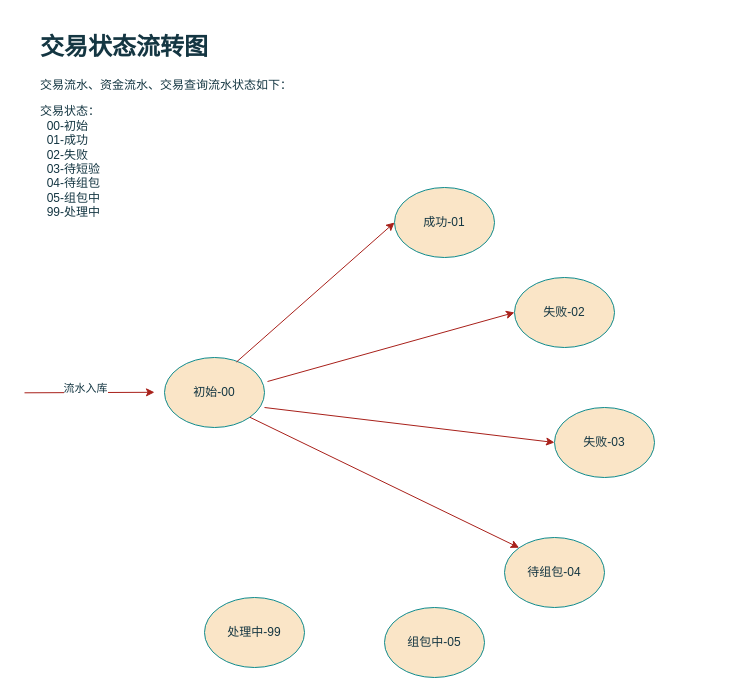
Before: page "状态流转图" (5 of 5) of 批扣流程.drawio in gaofv/draw, a draw.io diagram. Source tidied: cells renumbered, new cells numbered last; positions are measured from the earlier drawing's top-left corner, leaving out a move shared by most shapes. Both pictures are drawn from the tidied source at 100%, with x=0, y=0 at pixel (24, 27).
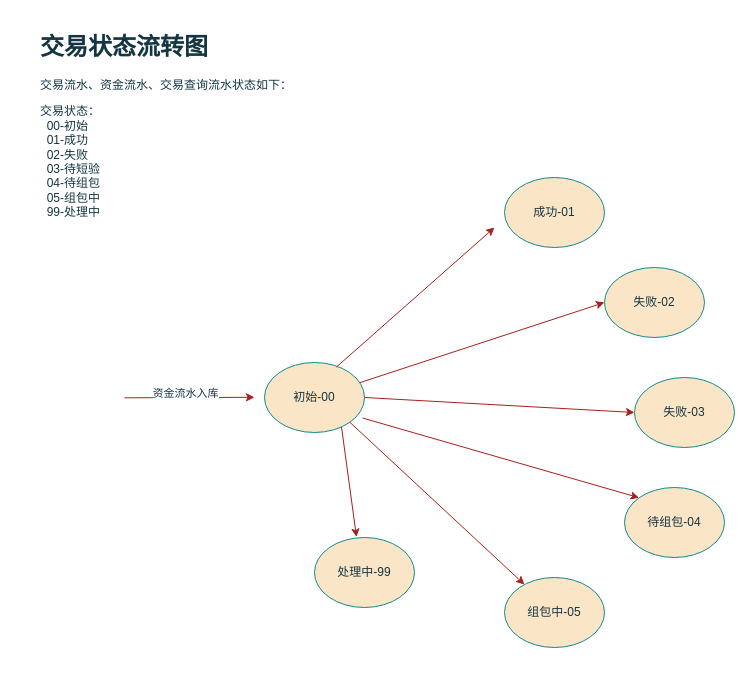
The same diagram, later.

Commit message (it also covers changes not shown here):
更新批扣流程.drawio

Change to the diagram source:
```diff
@@
     <mxCell id="2" value="初始-00" style="ellipse;whiteSpace=wrap;html=1;rounded=1;strokeColor=#0F8B8D;fontColor=#143642;fillColor=#FAE5C7;" parent="1" vertex="1">
-      <mxGeometry x="140" y="330" width="100" height="70" as="geometry" />
+      <mxGeometry x="240" y="335" width="100" height="70" as="geometry" />
     </mxCell>
     <mxCell id="3" value="处理中-99" style="ellipse;whiteSpace=wrap;html=1;rounded=1;strokeColor=#0F8B8D;fontColor=#143642;fillColor=#FAE5C7;" parent="1" vertex="1">
-      <mxGeometry x="180" y="570" width="100" height="70" as="geometry" />
+      <mxGeometry x="290" y="510" width="100" height="70" as="geometry" />
     </mxCell>
     <mxCell id="4" value="组包中-05" style="ellipse;whiteSpace=wrap;html=1;rounded=1;strokeColor=#0F8B8D;fontColor=#143642;fillColor=#FAE5C7;" parent="1" vertex="1">
-      <mxGeometry x="360" y="580" width="100" height="70" as="geometry" />
+      <mxGeometry x="480" y="550" width="100" height="70" as="geometry" />
     </mxCell>
     <mxCell id="5" value="待组包-04" style="ellipse;whiteSpace=wrap;html=1;rounded=1;strokeColor=#0F8B8D;fontColor=#143642;fillColor=#FAE5C7;" parent="1" vertex="1">
-      <mxGeometry x="480" y="510" width="100" height="70" as="geometry" />
+      <mxGeometry x="600" y="460" width="100" height="70" as="geometry" />
     </mxCell>
     <mxCell id="6" value="失败-02" style="ellipse;whiteSpace=wrap;html=1;rounded=1;strokeColor=#0F8B8D;fontColor=#143642;fillColor=#FAE5C7;" parent="1" vertex="1">
-      <mxGeometry x="490" y="250" width="100" height="70" as="geometry" />
+      <mxGeometry x="580" y="240" width="100" height="70" as="geometry" />
     </mxCell>
     <mxCell id="7" value="成功-01" style="ellipse;whiteSpace=wrap;html=1;rounded=1;strokeColor=#0F8B8D;fontColor=#143642;fillColor=#FAE5C7;" parent="1" vertex="1">
-      <mxGeometry x="370" y="160" width="100" height="70" as="geometry" />
+      <mxGeometry x="480" y="150" width="100" height="70" as="geometry" />
     </mxCell>
-    <mxCell id="8" style="edgeStyle=none;jettySize=auto;html=1;rounded=1;strokeColor=#A8201A;fontColor=#143642;fillColor=#FAE5C7;exitX=0.72;exitY=0.064;exitDx=0;exitDy=0;exitPerimeter=0;entryX=0;entryY=0.5;entryDx=0;entryDy=0;" parent="1" edge="1" source="2" target="7">
-      <mxGeometry relative="1" as="geometry" />
+    <mxCell id="8" style="edgeStyle=none;jettySize=auto;html=1;rounded=1;strokeColor=#A8201A;fontColor=#143642;fillColor=#FAE5C7;exitX=0.72;exitY=0.064;exitDx=0;exitDy=0;exitPerimeter=0;entryX=0;entryY=0.5;entryDx=0;entryDy=0;" parent="1" edge="1" source="2">
+      <mxGeometry relative="1" as="geometry">
+        <mxPoint x="470" y="200" as="targetPoint" />
+      </mxGeometry>
     </mxCell>
     <mxCell id="9" style="endArrow=classic;html=1;rounded=1;strokeColor=#A8201A;fontColor=#143642;fillColor=#FAE5C7;" parent="1" edge="1">
       <mxGeometry relative="1" as="geometry">
-        <mxPoint y="365.3" as="sourcePoint" />
-        <mxPoint x="130" y="364.8" as="targetPoint" />
+        <mxPoint x="100" y="370.3" as="sourcePoint" />
+        <mxPoint x="230" y="369.8" as="targetPoint" />
       </mxGeometry>
     </mxCell>
-    <mxCell id="10" value="流水入库" style="edgeLabel;html=1;align=center;verticalAlign=middle;fontColor=#143642;" parent="9" vertex="1">
+    <mxCell id="10" value="资金流水入库" style="edgeLabel;html=1;align=center;verticalAlign=middle;fontColor=#143642;" parent="9" vertex="1">
       <mxGeometry x="0.18" y="-1" relative="1" as="geometry">
         <mxPoint x="-17" y="-6" as="offset" />
       </mxGeometry>
     </mxCell>
@@
     <mxCell id="12" value="失败-03" style="ellipse;whiteSpace=wrap;html=1;rounded=1;strokeColor=#0F8B8D;fontColor=#143642;fillColor=#FAE5C7;" parent="1" vertex="1">
-      <mxGeometry x="530" y="380" width="100" height="70" as="geometry" />
+      <mxGeometry x="610" y="350" width="100" height="70" as="geometry" />
     </mxCell>
-    <mxCell id="13" style="edgeStyle=none;jettySize=auto;html=1;rounded=1;strokeColor=#A8201A;fontColor=#143642;fillColor=#FAE5C7;entryX=0;entryY=0.5;entryDx=0;entryDy=0;exitX=1.03;exitY=0.343;exitDx=0;exitDy=0;exitPerimeter=0;" parent="1" edge="1" source="2" target="6">
+    <mxCell id="13" style="edgeStyle=none;jettySize=auto;html=1;rounded=1;strokeColor=#A8201A;fontColor=#143642;fillColor=#FAE5C7;entryX=0;entryY=0.5;entryDx=0;entryDy=0;" parent="1" edge="1" source="2" target="6">
       <mxGeometry relative="1" as="geometry" />
     </mxCell>
-    <mxCell id="14" style="edgeStyle=none;jettySize=auto;html=1;rounded=1;strokeColor=#A8201A;fontColor=#143642;fillColor=#FAE5C7;entryX=0;entryY=0.5;entryDx=0;entryDy=0;" parent="1" edge="1" target="12">
-      <mxGeometry relative="1" as="geometry">
-        <mxPoint x="240" y="380" as="sourcePoint" />
-      </mxGeometry>
+    <mxCell id="14" style="edgeStyle=none;jettySize=auto;html=1;rounded=1;strokeColor=#A8201A;fontColor=#143642;fillColor=#FAE5C7;entryX=0;entryY=0.5;entryDx=0;entryDy=0;exitX=1;exitY=0.5;exitDx=0;exitDy=0;" parent="1" edge="1" source="2" target="12">
+      <mxGeometry relative="1" as="geometry" />
     </mxCell>
-    <mxCell id="15" style="edgeStyle=none;jettySize=auto;html=1;rounded=1;strokeColor=#A8201A;fontColor=#143642;fillColor=#FAE5C7;entryX=0;entryY=0;entryDx=0;entryDy=0;exitX=1;exitY=1;exitDx=0;exitDy=0;" parent="1" edge="1" source="2" target="5">
+    <mxCell id="15" style="edgeStyle=none;jettySize=auto;html=1;rounded=1;strokeColor=#A8201A;fontColor=#143642;fillColor=#FAE5C7;entryX=0;entryY=0;entryDx=0;entryDy=0;exitX=0.98;exitY=0.793;exitDx=0;exitDy=0;exitPerimeter=0;" parent="1" edge="1" source="2" target="5">
       <mxGeometry relative="1" as="geometry" />
     </mxCell>
+    <mxCell id="16" style="edgeStyle=none;jettySize=auto;html=1;rounded=1;strokeColor=#A8201A;fontColor=#143642;fillColor=#FAE5C7;exitX=1;exitY=1;exitDx=0;exitDy=0;" parent="1" edge="1" source="2" target="4">
+      <mxGeometry relative="1" as="geometry" />
+    </mxCell>
+    <mxCell id="17" style="edgeStyle=none;jettySize=auto;html=1;rounded=1;strokeColor=#A8201A;fontColor=#143642;fillColor=#FAE5C7;entryX=0.42;entryY=-0.007;entryDx=0;entryDy=0;entryPerimeter=0;exitX=0.77;exitY=0.921;exitDx=0;exitDy=0;exitPerimeter=0;" parent="1" edge="1" source="2" target="3">
+      <mxGeometry relative="1" as="geometry" />
+    </mxCell>
```
